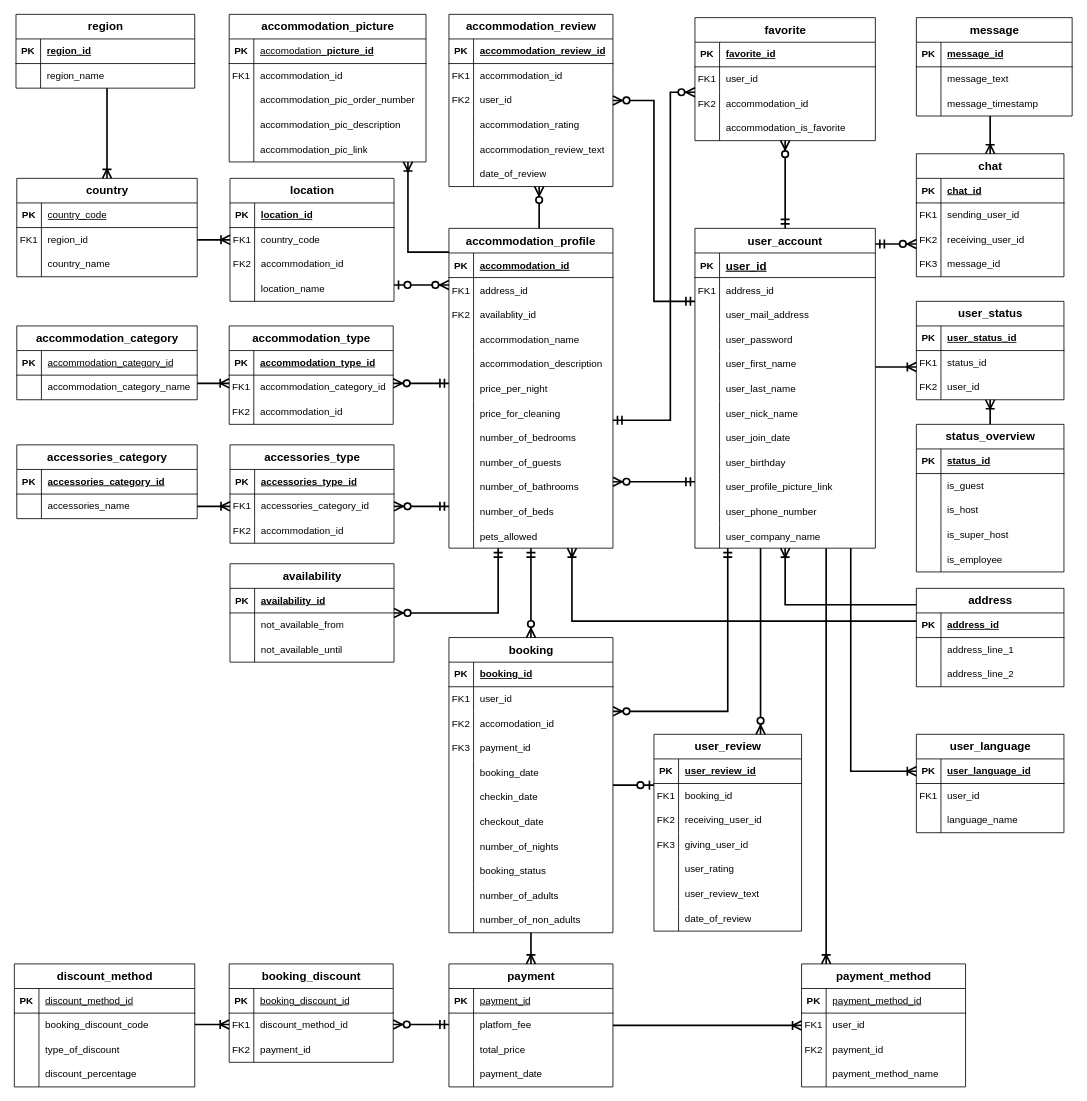
This is Steffbnb.drawio from DaSteff91/SQL_Repo, a draw.io file, before an edit. Source tidied: cells renumbered, new cells numbered last; positions are measured from the earlier drawing's top-left corner, leaving out a move shared by most shapes. Both pictures are drawn from the tidied source at 82%, with x=0, y=0 at pixel (14, 14).
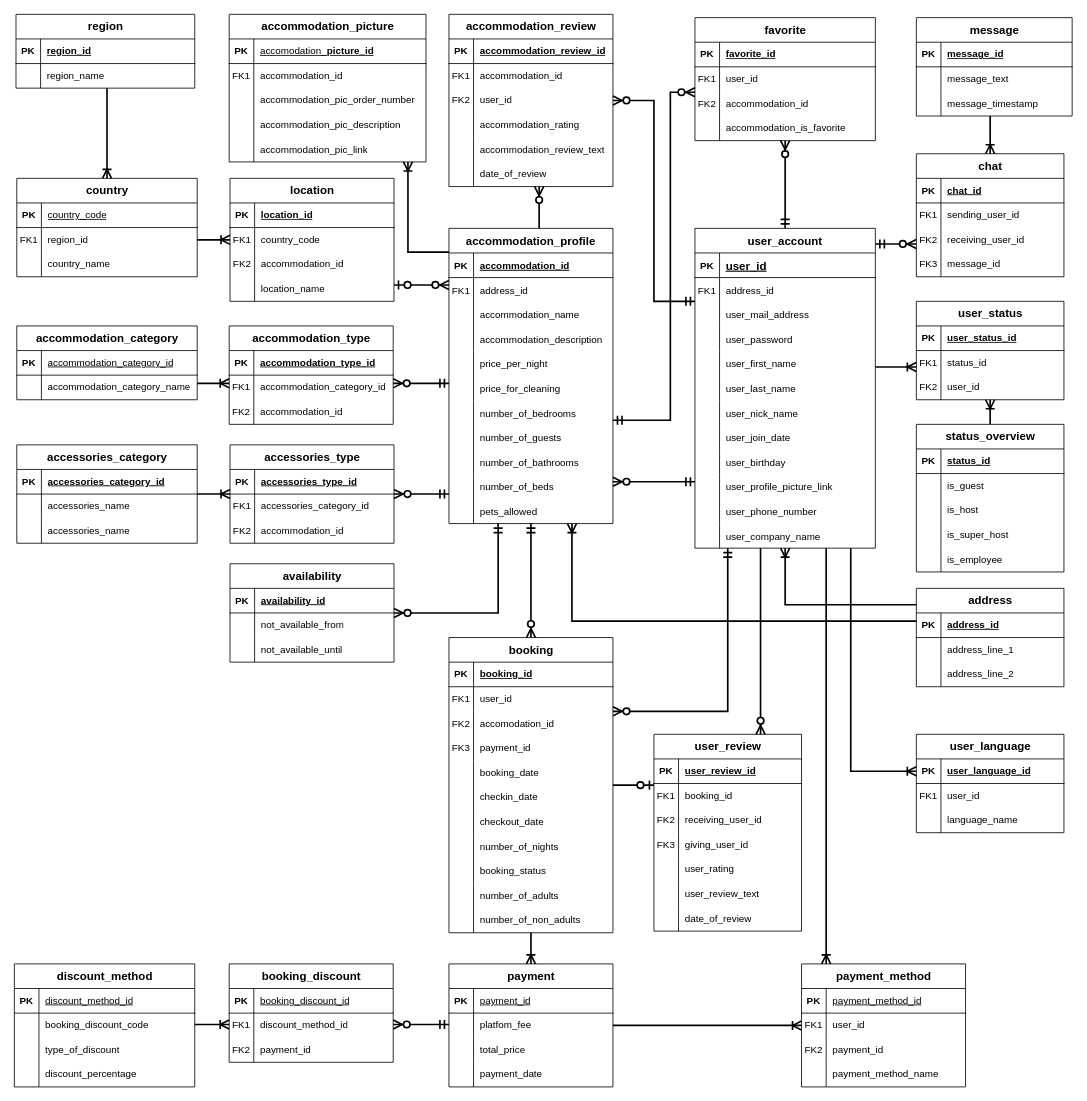
The same page after the edit.

Commit message:
Updating also the availability and the picture foreign key relationship with the accommodation. It was implemented the wrong way

The change refers to these unchanged cells:
```xml
<mxCell id="379" value="accessories_type" style="shape=table;startSize=30;childLayout=tableLayout;rowLines=0;fontStyle=1;align=center;html=1;fontSize=14;labelBackgroundColor=none;" parent="1" vertex="1">
  <mxGeometry x="263" y="525" width="200" height="120" as="geometry" />
</mxCell>
```

Change to the diagram source:
```diff
@@
     <mxCell id="39" value="accommodation_profile" style="shape=table;startSize=30;childLayout=tableLayout;rowLines=0;fontStyle=1;align=center;fontSize=14;labelBackgroundColor=none;" parent="1" vertex="1">
-      <mxGeometry x="530" y="261" width="200" height="390" as="geometry" />
+      <mxGeometry x="530" y="261" width="200" height="360" as="geometry" />
     </mxCell>
@@
-    <mxCell id="46" style="shape=partialRectangle;fillColor=none;top=0;left=0;right=0;bottom=0;labelBackgroundColor=none;" parent="39" vertex="1">
-      <mxGeometry y="90" width="200" height="30" as="geometry" />
-    </mxCell>
-    <mxCell id="47" value="FK2" style="shape=partialRectangle;overflow=hidden;fillColor=none;top=0;left=0;bottom=0;right=0;labelBackgroundColor=none;" parent="46" vertex="1">
-      <mxGeometry width="30" height="30" as="geometry" />
-    </mxCell>
-    <mxCell id="48" value="availablity_id" style="shape=partialRectangle;overflow=hidden;fillColor=none;top=0;left=0;bottom=0;right=0;align=left;spacingLeft=6;labelBackgroundColor=none;" parent="46" vertex="1">
-      <mxGeometry x="30" width="170" height="30" as="geometry" />
-    </mxCell>
     <mxCell id="49" style="shape=partialRectangle;fillColor=none;top=0;left=0;right=0;bottom=0;labelBackgroundColor=none;" parent="39" vertex="1">
-      <mxGeometry y="120" width="200" height="30" as="geometry" />
+      <mxGeometry y="90" width="200" height="30" as="geometry" />
     </mxCell>
@@
     <mxCell id="52" style="shape=partialRectangle;fillColor=none;top=0;left=0;right=0;bottom=0;labelBackgroundColor=none;" parent="39" vertex="1">
-      <mxGeometry y="150" width="200" height="30" as="geometry" />
+      <mxGeometry y="120" width="200" height="30" as="geometry" />
     </mxCell>
@@
     <mxCell id="55" style="shape=partialRectangle;fillColor=none;top=0;left=0;right=0;bottom=0;labelBackgroundColor=none;" parent="39" vertex="1">
-      <mxGeometry y="180" width="200" height="30" as="geometry" />
+      <mxGeometry y="150" width="200" height="30" as="geometry" />
     </mxCell>
@@
     <mxCell id="58" style="shape=partialRectangle;fillColor=none;top=0;left=0;right=0;bottom=0;labelBackgroundColor=none;" parent="39" vertex="1">
-      <mxGeometry y="210" width="200" height="30" as="geometry" />
+      <mxGeometry y="180" width="200" height="30" as="geometry" />
     </mxCell>
@@
     <mxCell id="61" style="shape=partialRectangle;fillColor=none;top=0;left=0;right=0;bottom=0;labelBackgroundColor=none;" parent="39" vertex="1">
-      <mxGeometry y="240" width="200" height="30" as="geometry" />
+      <mxGeometry y="210" width="200" height="30" as="geometry" />
     </mxCell>
@@
     <mxCell id="64" style="shape=partialRectangle;fillColor=none;top=0;left=0;right=0;bottom=0;labelBackgroundColor=none;" parent="39" vertex="1">
-      <mxGeometry y="270" width="200" height="30" as="geometry" />
+      <mxGeometry y="240" width="200" height="30" as="geometry" />
     </mxCell>
@@
     <mxCell id="67" style="shape=partialRectangle;fillColor=none;top=0;left=0;right=0;bottom=0;labelBackgroundColor=none;" parent="39" vertex="1">
-      <mxGeometry y="300" width="200" height="30" as="geometry" />
+      <mxGeometry y="270" width="200" height="30" as="geometry" />
     </mxCell>
@@
     <mxCell id="70" style="shape=partialRectangle;fillColor=none;top=0;left=0;right=0;bottom=0;labelBackgroundColor=none;" parent="39" vertex="1">
-      <mxGeometry y="330" width="200" height="30" as="geometry" />
+      <mxGeometry y="300" width="200" height="30" as="geometry" />
     </mxCell>
@@
     <mxCell id="73" style="shape=partialRectangle;fillColor=none;top=0;left=0;right=0;bottom=0;labelBackgroundColor=none;" parent="39" vertex="1">
-      <mxGeometry y="360" width="200" height="30" as="geometry" />
+      <mxGeometry y="330" width="200" height="30" as="geometry" />
     </mxCell>
@@
     <mxCell id="307" value="accessories_category" style="shape=table;startSize=30;childLayout=tableLayout;rowLines=0;fontStyle=1;align=center;html=1;fontSize=14;labelBackgroundColor=none;" parent="1" vertex="1">
-      <mxGeometry x="3" y="525" width="220" height="90" as="geometry" />
+      <mxGeometry x="3" y="525" width="220" height="120" as="geometry" />
     </mxCell>
@@
+    <mxCell id="402" style="shape=tableRow;horizontal=0;startSize=0;swimlaneHead=0;swimlaneBody=0;fillColor=none;top=0;left=0;right=0;bottom=0;labelBackgroundColor=none;" parent="307" vertex="1">
+      <mxGeometry y="90" width="220" height="30" as="geometry" />
+    </mxCell>
+    <mxCell id="403" style="shape=partialRectangle;fillColor=none;top=0;left=0;bottom=0;right=0;overflow=hidden;whiteSpace=wrap;html=1;labelBackgroundColor=none;" parent="402" vertex="1">
+      <mxGeometry width="30" height="30" as="geometry" />
+    </mxCell>
+    <mxCell id="404" value="&lt;span style=&quot;text-align: center;&quot;&gt;&lt;span style=&quot;font-weight: 400; text-wrap: nowrap;&quot;&gt;accessories&lt;/span&gt;&lt;span style=&quot;font-weight: normal; text-wrap: nowrap;&quot;&gt;_name&lt;/span&gt;&lt;/span&gt;" style="shape=partialRectangle;fillColor=none;top=0;left=0;bottom=0;right=0;align=left;spacingLeft=6;overflow=hidden;whiteSpace=wrap;html=1;fontStyle=1;labelBackgroundColor=none;" parent="402" vertex="1">
+      <mxGeometry x="30" width="190" height="30" as="geometry" />
+    </mxCell>
     <mxCell id="314" style="fontSize=12;html=1;endArrow=ERoneToMany;rounded=0;startSize=8;endSize=8;strokeWidth=2;edgeStyle=orthogonalEdgeStyle;labelBackgroundColor=none;fontColor=default;" parent="1" edge="1" source="307" target="379">
-      <mxGeometry relative="1" as="geometry">
-        <Array as="points">
-          <mxPoint x="260" y="600" />
-          <mxPoint x="260" y="600" />
-        </Array>
-      </mxGeometry>
+      <mxGeometry relative="1" as="geometry" />
     </mxCell>
@@
-    <mxCell id="360" style="edgeStyle=orthogonalEdgeStyle;fontSize=12;html=1;endArrow=ERzeroToMany;startArrow=ERmandOne;rounded=0;strokeWidth=2;align=center;verticalAlign=middle;fontFamily=Helvetica;fontColor=default;labelBackgroundColor=none;startSize=8;endSize=8;" parent="1" edge="1">
+    <mxCell id="360" style="edgeStyle=orthogonalEdgeStyle;fontSize=12;html=1;endArrow=ERzeroToMany;startArrow=ERmandOne;rounded=0;strokeWidth=2;align=center;verticalAlign=middle;fontFamily=Helvetica;fontColor=default;labelBackgroundColor=none;startSize=8;endSize=8;" parent="1" edge="1" source="39" target="379">
       <mxGeometry relative="1" as="geometry">
-        <mxPoint x="530" y="600" as="sourcePoint" />
-        <mxPoint x="463" y="600" as="targetPoint" />
         <Array as="points">
-          <mxPoint x="510" y="600" />
-          <mxPoint x="510" y="600" />
+          <mxPoint x="510" y="585" />
+          <mxPoint x="510" y="585" />
         </Array>
       </mxGeometry>
     </mxCell>
```
